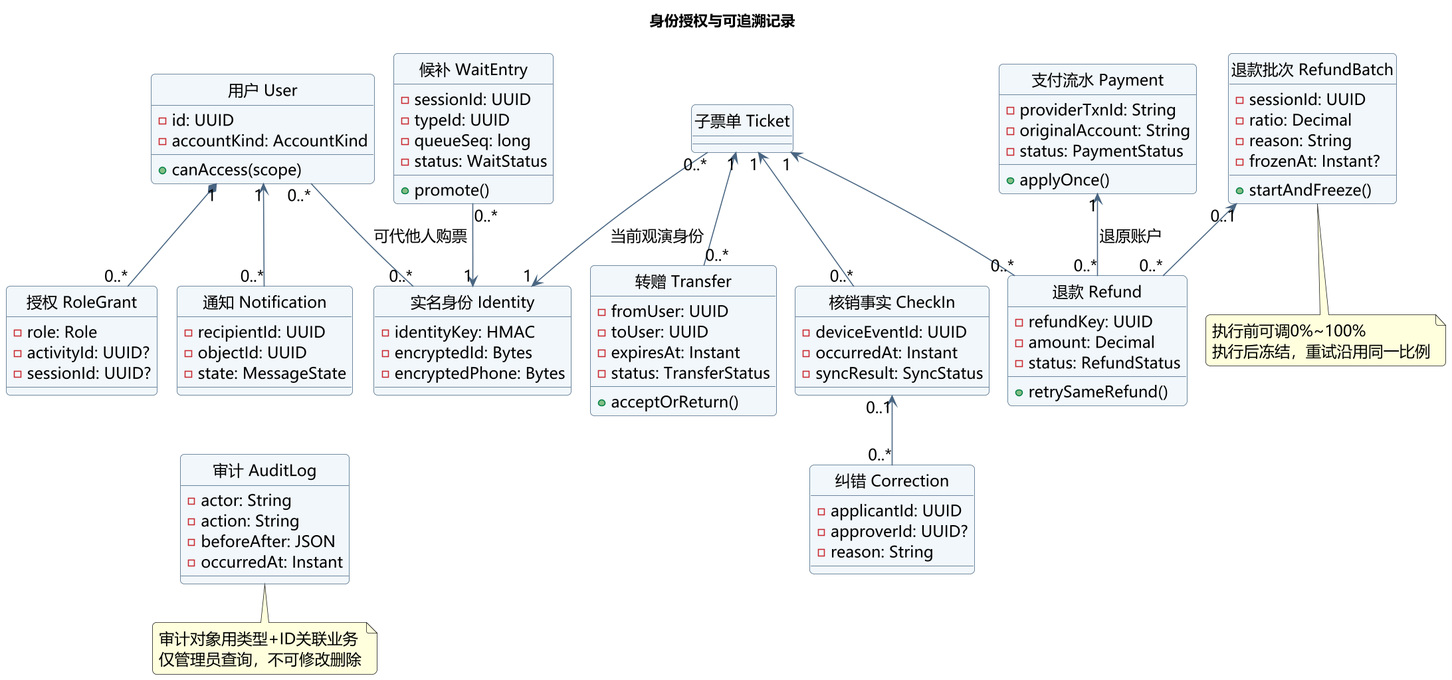
Before: lab2/UML/05_类图_身份与业务记录.png, a diagram exported from PlantUML (wly-nju/software_project).
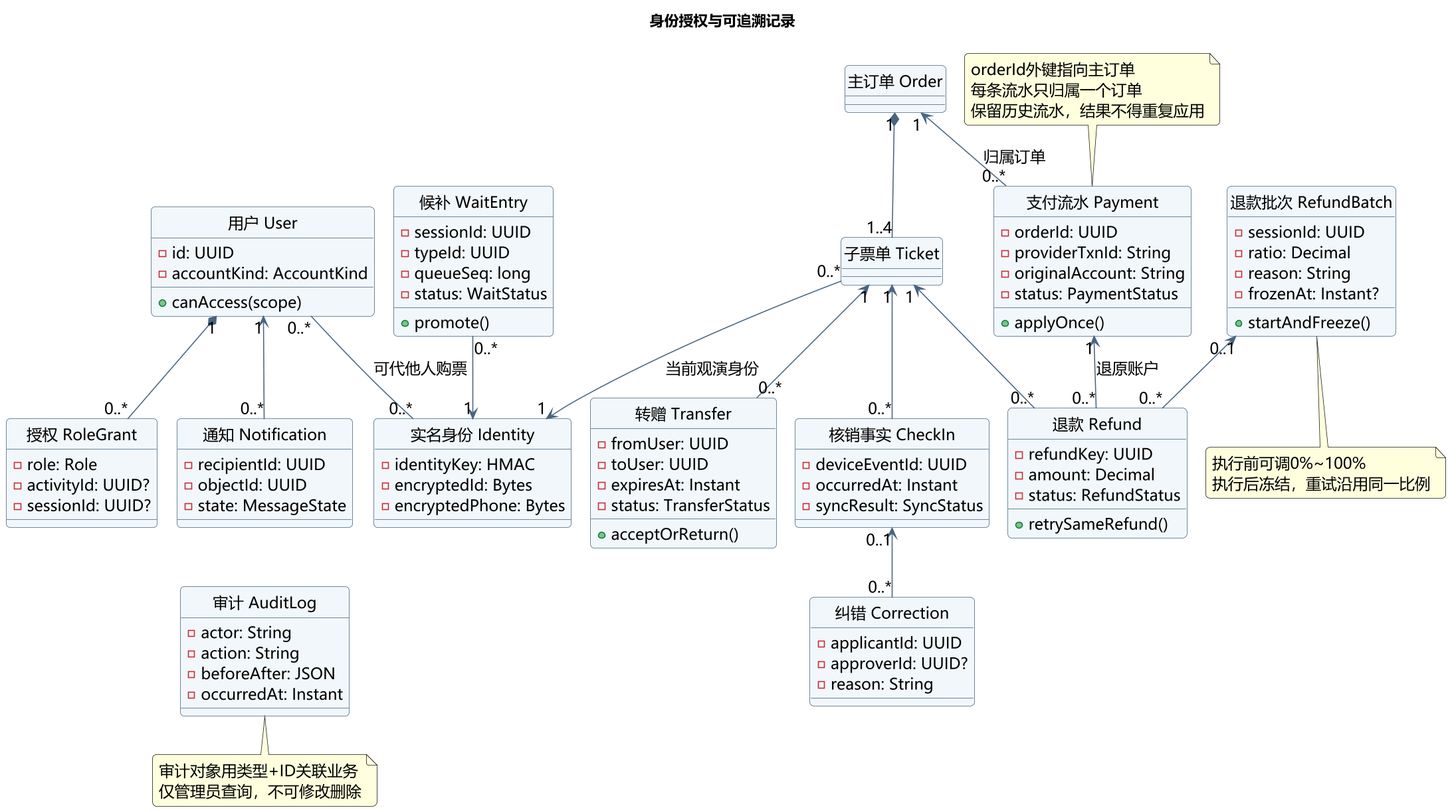
The same file after the commit.

What changed in the source:
```diff
@@ -39,8 +39,10 @@
  - status: WaitStatus
  + promote()
 }
+class "主订单 Order" as O
 class "子票单 Ticket" as T
 class "支付流水 Payment" as P {
+ - orderId: UUID
  - providerTxnId: String
  - originalAccount: String
  - status: PaymentStatus
@@ -91,6 +93,8 @@
 U "0..*" -- "0..*" I : 可代他人购票
 W "0..*" --> "1" I
 T "0..*" --> "1" I : 当前观演身份
+O "1" *-- "1..4" T
+O "1" <-- "0..*" P : 归属订单
 P "1" <-- "0..*" R : 退原账户
 B "0..1" <-- "0..*" R
 T "1" <-- "0..*" R
@@ -99,6 +103,11 @@
 C "0..1" <-- "0..*" K
 U "1" <-- "0..*" N
 N -[hidden]down- A
+note top of P
+orderId外键指向主订单
+每条流水只归属一个订单
+保留历史流水，结果不得重复应用
+end note
 note bottom of A
 审计对象用类型+ID关联业务
 仅管理员查询，不可修改删除
```
